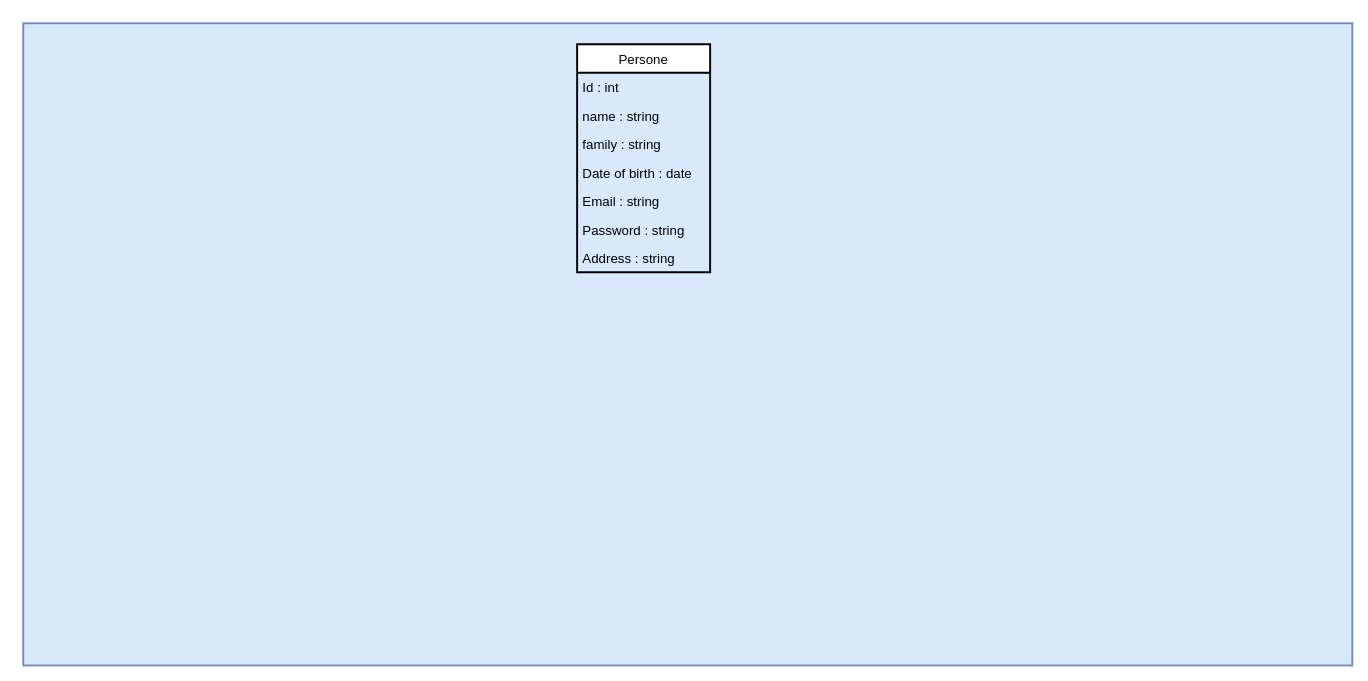
oussamanech/Git01 keeps this draw.io diagram as page "Page-2" (2 of 3) of Untitled Diagram.drawio. Above is the earlier version. Source tidied: cells renumbered, new cells numbered last; positions are measured from the earlier drawing's top-left corner, leaving out a move shared by most shapes. Both pictures are drawn from the tidied source at 95%, with x=0, y=0 at pixel (23, 23).
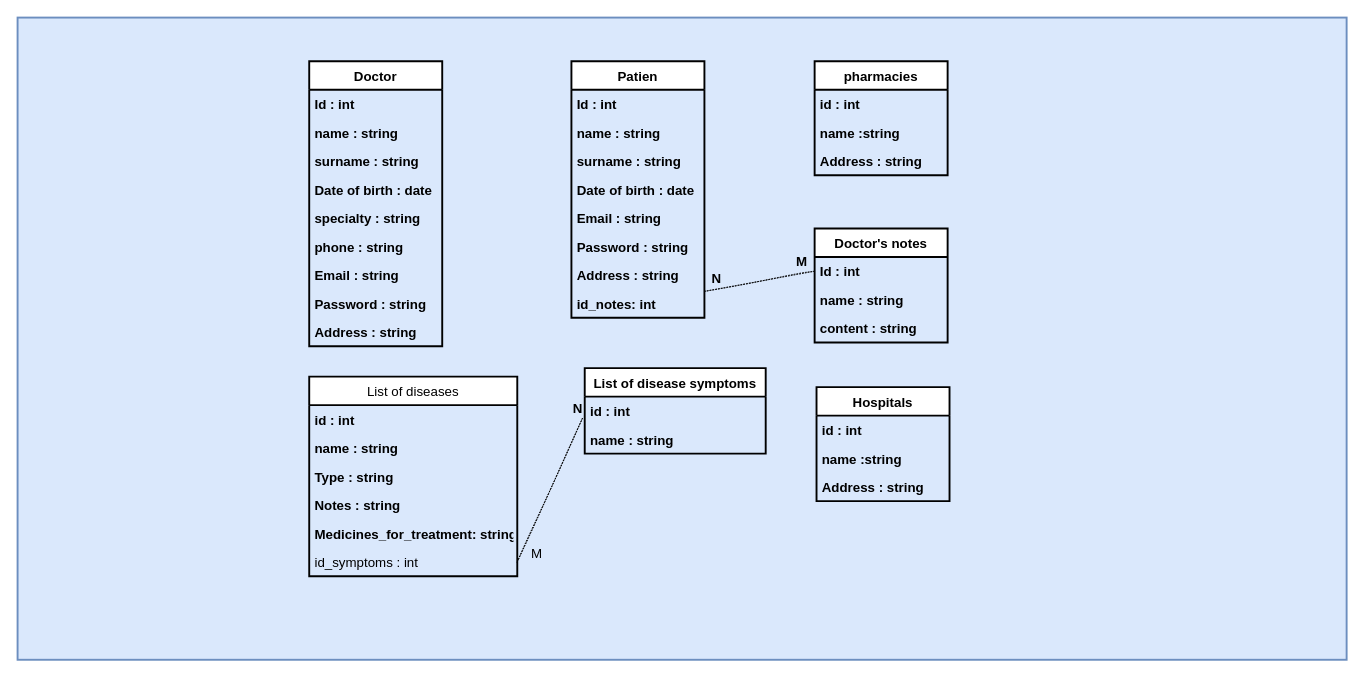
Above is the later version.

Change to the diagram source:
```diff
@@
     <mxCell id="2" style="rounded=0;whiteSpace=wrap;html=1;fontSize=14;strokeColor=#6c8ebf;strokeWidth=2;fillColor=#dae8fc;" parent="1" vertex="1">
-      <mxGeometry width="1399" height="676" as="geometry" />
+      <mxGeometry x="-6" y="-6" width="1399" height="676" as="geometry" />
     </mxCell>
-    <mxCell id="3" value="Persone" style="swimlane;fontStyle=0;horizontal=1;startSize=30;fontSize=14;strokeColor=#000000;strokeWidth=2;" parent="1" vertex="1">
-      <mxGeometry x="583" y="22" width="140" height="240" as="geometry" />
+    <mxCell id="3" value="Patien" style="swimlane;fontStyle=1;horizontal=1;startSize=30;fontSize=14;strokeColor=#000000;strokeWidth=2;" parent="1" vertex="1">
+      <mxGeometry x="577" y="40" width="140" height="270" as="geometry" />
     </mxCell>
-    <mxCell id="4" value="Id : int" style="text;strokeColor=none;fillColor=none;align=left;verticalAlign=middle;spacingLeft=4;spacingRight=4;overflow=hidden;fontSize=14;" parent="3" vertex="1">
+    <mxCell id="4" value="Id : int" style="text;strokeColor=none;fillColor=none;align=left;verticalAlign=middle;spacingLeft=4;spacingRight=4;overflow=hidden;fontSize=14;fontStyle=1;" parent="3" vertex="1">
       <mxGeometry y="30" width="140" height="30" as="geometry" />
     </mxCell>
-    <mxCell id="5" value="name : string" style="text;strokeColor=none;fillColor=none;align=left;verticalAlign=middle;spacingLeft=4;spacingRight=4;overflow=hidden;fontSize=14;" parent="3" vertex="1">
+    <mxCell id="5" value="name : string" style="text;strokeColor=none;fillColor=none;align=left;verticalAlign=middle;spacingLeft=4;spacingRight=4;overflow=hidden;fontSize=14;fontStyle=1;" parent="3" vertex="1">
       <mxGeometry y="60" width="140" height="30" as="geometry" />
     </mxCell>
-    <mxCell id="6" value="family : string" style="text;strokeColor=none;fillColor=none;align=left;verticalAlign=middle;spacingLeft=4;spacingRight=4;overflow=hidden;fontSize=14;" parent="3" vertex="1">
+    <mxCell id="6" value="surname : string" style="text;strokeColor=none;fillColor=none;align=left;verticalAlign=middle;spacingLeft=4;spacingRight=4;overflow=hidden;fontSize=14;fontStyle=1;" parent="3" vertex="1">
       <mxGeometry y="90" width="140" height="30" as="geometry" />
     </mxCell>
-    <mxCell id="7" value="Date of birth : date" style="text;strokeColor=none;fillColor=none;align=left;verticalAlign=middle;spacingLeft=4;spacingRight=4;overflow=hidden;fontSize=14;" parent="3" vertex="1">
+    <mxCell id="7" value="Date of birth : date" style="text;strokeColor=none;fillColor=none;align=left;verticalAlign=middle;spacingLeft=4;spacingRight=4;overflow=hidden;fontSize=14;fontStyle=1;" parent="3" vertex="1">
       <mxGeometry y="120" width="140" height="30" as="geometry" />
     </mxCell>
-    <mxCell id="8" value="Email : string" style="text;strokeColor=none;fillColor=none;align=left;verticalAlign=middle;spacingLeft=4;spacingRight=4;overflow=hidden;fontSize=14;" parent="3" vertex="1">
+    <mxCell id="8" value="Email : string" style="text;strokeColor=none;fillColor=none;align=left;verticalAlign=middle;spacingLeft=4;spacingRight=4;overflow=hidden;fontSize=14;fontStyle=1;" parent="3" vertex="1">
       <mxGeometry y="150" width="140" height="30" as="geometry" />
     </mxCell>
-    <mxCell id="9" value="Password : string" style="text;strokeColor=none;fillColor=none;align=left;verticalAlign=middle;spacingLeft=4;spacingRight=4;overflow=hidden;fontSize=14;" parent="3" vertex="1">
+    <mxCell id="9" value="Password : string" style="text;strokeColor=none;fillColor=none;align=left;verticalAlign=middle;spacingLeft=4;spacingRight=4;overflow=hidden;fontSize=14;fontStyle=1;" parent="3" vertex="1">
       <mxGeometry y="180" width="140" height="30" as="geometry" />
     </mxCell>
-    <mxCell id="10" value="Address : string" style="text;strokeColor=none;fillColor=none;align=left;verticalAlign=middle;spacingLeft=4;spacingRight=4;overflow=hidden;fontSize=14;" parent="3" vertex="1">
+    <mxCell id="10" value="Address : string" style="text;strokeColor=none;fillColor=none;align=left;verticalAlign=middle;spacingLeft=4;spacingRight=4;overflow=hidden;fontSize=14;fontStyle=1;" parent="3" vertex="1">
       <mxGeometry y="210" width="140" height="30" as="geometry" />
     </mxCell>
+    <mxCell id="11" value="id_notes: int" style="text;strokeColor=none;fillColor=none;align=left;verticalAlign=middle;spacingLeft=4;spacingRight=4;overflow=hidden;points=[[0,0.5],[1,0.5]];portConstraint=eastwest;fontSize=14;fontStyle=1;" parent="3" vertex="1">
+      <mxGeometry y="240" width="140" height="30" as="geometry" />
+    </mxCell>
+    <mxCell id="12" value="Doctor" style="swimlane;fontStyle=1;horizontal=1;startSize=30;fontSize=14;strokeColor=#000000;strokeWidth=2;" parent="1" vertex="1">
+      <mxGeometry x="301" y="40" width="140" height="300" as="geometry" />
+    </mxCell>
+    <mxCell id="13" value="Id : int" style="text;strokeColor=none;fillColor=none;align=left;verticalAlign=middle;spacingLeft=4;spacingRight=4;overflow=hidden;fontSize=14;fontStyle=1;" parent="12" vertex="1">
+      <mxGeometry y="30" width="140" height="30" as="geometry" />
+    </mxCell>
+    <mxCell id="14" value="name : string" style="text;strokeColor=none;fillColor=none;align=left;verticalAlign=middle;spacingLeft=4;spacingRight=4;overflow=hidden;fontSize=14;fontStyle=1;" parent="12" vertex="1">
+      <mxGeometry y="60" width="140" height="30" as="geometry" />
+    </mxCell>
+    <mxCell id="15" value="surname : string" style="text;strokeColor=none;fillColor=none;align=left;verticalAlign=middle;spacingLeft=4;spacingRight=4;overflow=hidden;fontSize=14;fontStyle=1;" parent="12" vertex="1">
+      <mxGeometry y="90" width="140" height="30" as="geometry" />
+    </mxCell>
+    <mxCell id="16" value="Date of birth : date" style="text;strokeColor=none;fillColor=none;align=left;verticalAlign=middle;spacingLeft=4;spacingRight=4;overflow=hidden;fontSize=14;fontStyle=1;" parent="12" vertex="1">
+      <mxGeometry y="120" width="140" height="30" as="geometry" />
+    </mxCell>
+    <mxCell id="17" value="specialty : string" style="text;strokeColor=none;fillColor=none;align=left;verticalAlign=middle;spacingLeft=4;spacingRight=4;overflow=hidden;fontSize=14;fontStyle=1;" parent="12" vertex="1">
+      <mxGeometry y="150" width="140" height="30" as="geometry" />
+    </mxCell>
+    <mxCell id="18" value="phone : string" style="text;strokeColor=none;fillColor=none;align=left;verticalAlign=middle;spacingLeft=4;spacingRight=4;overflow=hidden;fontSize=14;fontStyle=1;" parent="12" vertex="1">
+      <mxGeometry y="180" width="140" height="30" as="geometry" />
+    </mxCell>
+    <mxCell id="19" value="Email : string" style="text;strokeColor=none;fillColor=none;align=left;verticalAlign=middle;spacingLeft=4;spacingRight=4;overflow=hidden;fontSize=14;fontStyle=1;" parent="12" vertex="1">
+      <mxGeometry y="210" width="140" height="30" as="geometry" />
+    </mxCell>
+    <mxCell id="20" value="Password : string" style="text;strokeColor=none;fillColor=none;align=left;verticalAlign=middle;spacingLeft=4;spacingRight=4;overflow=hidden;fontSize=14;fontStyle=1;" parent="12" vertex="1">
+      <mxGeometry y="240" width="140" height="30" as="geometry" />
+    </mxCell>
+    <mxCell id="21" value="Address : string" style="text;strokeColor=none;fillColor=none;align=left;verticalAlign=middle;spacingLeft=4;spacingRight=4;overflow=hidden;fontSize=14;fontStyle=1;" parent="12" vertex="1">
+      <mxGeometry y="270" width="140" height="30" as="geometry" />
+    </mxCell>
+    <mxCell id="22" value="Doctor's notes" style="swimlane;fontStyle=1;horizontal=1;startSize=30;fontSize=14;strokeColor=#000000;strokeWidth=2;" parent="1" vertex="1">
+      <mxGeometry x="833" y="216" width="140" height="120" as="geometry" />
+    </mxCell>
+    <mxCell id="23" value="Id : int" style="text;strokeColor=none;fillColor=none;align=left;verticalAlign=middle;spacingLeft=4;spacingRight=4;overflow=hidden;points=[[0,0.5],[1,0.5]];portConstraint=eastwest;fontSize=14;fontStyle=1;" parent="22" vertex="1">
+      <mxGeometry y="30" width="140" height="30" as="geometry" />
+    </mxCell>
+    <mxCell id="24" value="name : string" style="text;strokeColor=none;fillColor=none;align=left;verticalAlign=middle;spacingLeft=4;spacingRight=4;overflow=hidden;fontSize=14;fontStyle=1;" parent="22" vertex="1">
+      <mxGeometry y="60" width="140" height="30" as="geometry" />
+    </mxCell>
+    <mxCell id="25" value="content : string" style="text;strokeColor=none;fillColor=none;align=left;verticalAlign=middle;spacingLeft=4;spacingRight=4;overflow=hidden;fontSize=14;fontStyle=1;" parent="22" vertex="1">
+      <mxGeometry y="90" width="140" height="30" as="geometry" />
+    </mxCell>
+    <mxCell id="26" value="pharmacies" style="swimlane;fontStyle=1;horizontal=1;startSize=30;fontSize=14;strokeColor=#000000;strokeWidth=2;" parent="1" vertex="1">
+      <mxGeometry x="833" y="40" width="140" height="120" as="geometry" />
+    </mxCell>
+    <mxCell id="27" value="id : int" style="text;strokeColor=none;fillColor=none;align=left;verticalAlign=middle;spacingLeft=4;spacingRight=4;overflow=hidden;fontSize=14;fontStyle=1;" parent="26" vertex="1">
+      <mxGeometry y="30" width="140" height="30" as="geometry" />
+    </mxCell>
+    <mxCell id="28" value="name :string" style="text;strokeColor=none;fillColor=none;align=left;verticalAlign=middle;spacingLeft=4;spacingRight=4;overflow=hidden;fontSize=14;fontStyle=1;" parent="26" vertex="1">
+      <mxGeometry y="60" width="140" height="30" as="geometry" />
+    </mxCell>
+    <mxCell id="29" value="Address : string" style="text;strokeColor=none;fillColor=none;align=left;verticalAlign=middle;spacingLeft=4;spacingRight=4;overflow=hidden;fontSize=14;fontStyle=1;" parent="26" vertex="1">
+      <mxGeometry y="90" width="140" height="30" as="geometry" />
+    </mxCell>
+    <mxCell id="30" value="Hospitals" style="swimlane;fontStyle=1;horizontal=1;startSize=30;fontSize=14;strokeColor=#000000;strokeWidth=2;" parent="1" vertex="1">
+      <mxGeometry x="835" y="383" width="140" height="120" as="geometry" />
+    </mxCell>
+    <mxCell id="31" value="id : int" style="text;strokeColor=none;fillColor=none;align=left;verticalAlign=middle;spacingLeft=4;spacingRight=4;overflow=hidden;fontSize=14;fontStyle=1;" parent="30" vertex="1">
+      <mxGeometry y="30" width="140" height="30" as="geometry" />
+    </mxCell>
+    <mxCell id="32" value="name :string" style="text;strokeColor=none;fillColor=none;align=left;verticalAlign=middle;spacingLeft=4;spacingRight=4;overflow=hidden;fontSize=14;fontStyle=1;" parent="30" vertex="1">
+      <mxGeometry y="60" width="140" height="30" as="geometry" />
+    </mxCell>
+    <mxCell id="33" value="Address : string" style="text;strokeColor=none;fillColor=none;align=left;verticalAlign=middle;spacingLeft=4;spacingRight=4;overflow=hidden;fontSize=14;fontStyle=1;" parent="30" vertex="1">
+      <mxGeometry y="90" width="140" height="30" as="geometry" />
+    </mxCell>
+    <mxCell id="34" value="List of diseases" style="swimlane;fontStyle=0;horizontal=1;startSize=30;fontSize=14;strokeColor=#000000;strokeWidth=2;" parent="1" vertex="1">
+      <mxGeometry x="301" y="372" width="219" height="210" as="geometry" />
+    </mxCell>
+    <mxCell id="35" value="id : int" style="text;strokeColor=none;fillColor=none;align=left;verticalAlign=middle;spacingLeft=4;spacingRight=4;overflow=hidden;fontSize=14;fontStyle=1;" parent="34" vertex="1">
+      <mxGeometry y="30" width="219" height="30" as="geometry" />
+    </mxCell>
+    <mxCell id="36" value="name : string" style="text;strokeColor=none;fillColor=none;align=left;verticalAlign=middle;spacingLeft=4;spacingRight=4;overflow=hidden;fontSize=14;fontStyle=1;" parent="34" vertex="1">
+      <mxGeometry y="60" width="219" height="30" as="geometry" />
+    </mxCell>
+    <mxCell id="37" value="Type : string" style="text;strokeColor=none;fillColor=none;align=left;verticalAlign=middle;spacingLeft=4;spacingRight=4;overflow=hidden;fontSize=14;fontStyle=1;" parent="34" vertex="1">
+      <mxGeometry y="90" width="219" height="30" as="geometry" />
+    </mxCell>
+    <mxCell id="38" value="Notes : string" style="text;strokeColor=none;fillColor=none;align=left;verticalAlign=middle;spacingLeft=4;spacingRight=4;overflow=hidden;fontSize=14;fontStyle=1;" parent="34" vertex="1">
+      <mxGeometry y="120" width="219" height="30" as="geometry" />
+    </mxCell>
+    <mxCell id="39" value="Medicines_for_treatment: string" style="text;strokeColor=none;fillColor=none;align=left;verticalAlign=middle;spacingLeft=4;spacingRight=4;overflow=hidden;fontSize=14;fontStyle=1;" parent="34" vertex="1">
+      <mxGeometry y="150" width="219" height="30" as="geometry" />
+    </mxCell>
+    <mxCell id="40" value="id_symptoms : int" style="text;strokeColor=none;fillColor=none;align=left;verticalAlign=middle;spacingLeft=4;spacingRight=4;overflow=hidden;points=[[0,0.5],[1,0.5]];portConstraint=eastwest;fontSize=14;" parent="34" vertex="1">
+      <mxGeometry y="180" width="219" height="30" as="geometry" />
+    </mxCell>
+    <mxCell id="41" value="List of disease symptoms" style="swimlane;fontStyle=1;horizontal=1;startSize=30;fontSize=14;strokeColor=#000000;strokeWidth=2;" parent="1" vertex="1">
+      <mxGeometry x="591" y="363" width="190.5" height="90" as="geometry" />
+    </mxCell>
+    <mxCell id="42" value="id : int" style="text;strokeColor=none;fillColor=none;align=left;verticalAlign=middle;spacingLeft=4;spacingRight=4;overflow=hidden;points=[[0,0.5],[1,0.5]];portConstraint=eastwest;fontSize=14;fontStyle=1;" parent="41" vertex="1">
+      <mxGeometry y="30" width="190.5" height="30" as="geometry" />
+    </mxCell>
+    <mxCell id="43" value="name : string" style="text;strokeColor=none;fillColor=none;align=left;verticalAlign=middle;spacingLeft=4;spacingRight=4;overflow=hidden;fontSize=14;fontStyle=1;" parent="41" vertex="1">
+      <mxGeometry y="60" width="190.5" height="30" as="geometry" />
+    </mxCell>
+    <mxCell id="44" style="endArrow=none;html=1;rounded=0;dashed=1;dashPattern=1 2;sketch=1;fontSize=14;strokeColor=#000000;strokeWidth=1;exitX=0;exitY=0.5;exitDx=0;exitDy=0;fontStyle=1;" parent="1" edge="1" source="23" target="11">
+      <mxGeometry relative="1" as="geometry" />
+    </mxCell>
+    <mxCell id="45" value="M" style="html=1;align=left;verticalAlign=bottom;fontSize=14;strokeColor=#000000;strokeWidth=2;fontStyle=1;" parent="44" vertex="1">
+      <mxGeometry x="-1" relative="1" as="geometry">
+        <mxPoint x="-21" as="offset" />
+      </mxGeometry>
+    </mxCell>
+    <mxCell id="46" value="N" style="html=1;align=right;verticalAlign=bottom;fontSize=14;strokeColor=#000000;strokeWidth=2;fontStyle=1;" parent="44" vertex="1">
+      <mxGeometry x="1" relative="1" as="geometry">
+        <mxPoint x="18" y="-3" as="offset" />
+      </mxGeometry>
+    </mxCell>
+    <mxCell id="47" style="endArrow=none;html=1;rounded=0;dashed=1;dashPattern=1 2;sketch=1;fontSize=14;strokeColor=#000000;strokeWidth=1;entryX=-0.013;entryY=0.767;entryDx=0;entryDy=0;exitX=1;exitY=0.5;exitDx=0;exitDy=0;entryPerimeter=0;" parent="1" edge="1" source="40" target="42">
+      <mxGeometry relative="1" as="geometry" />
+    </mxCell>
+    <mxCell id="48" value="M" style="html=1;align=left;verticalAlign=bottom;fontSize=14;strokeColor=#000000;strokeWidth=2;shadow=1;" parent="47" vertex="1">
+      <mxGeometry x="-1" relative="1" as="geometry">
+        <mxPoint x="13" y="1" as="offset" />
+      </mxGeometry>
+    </mxCell>
+    <mxCell id="49" value="N" style="html=1;align=right;verticalAlign=bottom;fontSize=14;strokeColor=#000000;strokeWidth=2;fontStyle=1;" parent="47" vertex="1">
+      <mxGeometry x="1" relative="1" as="geometry" />
+    </mxCell>
```
